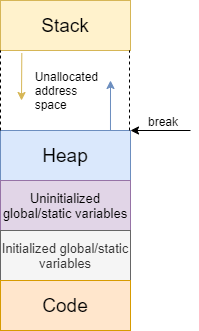
Before: images/address-space.png, a diagram exported from draw.io (nbellari/nbellari.github.io). Source tidied: cells renumbered, new cells last; positions are measured from the earlier drawing's top-left corner, leaving out a move shared by most shapes.
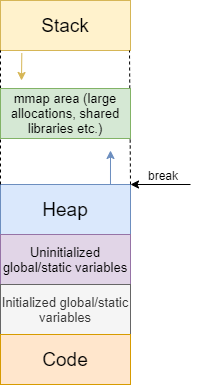
After the change.

Change to the diagram source:
```diff
@@ -3,7 +3,7 @@
     <mxCell id="0" />
     <mxCell id="1" parent="0" />
     <mxCell id="2" value="&lt;font style=&quot;font-size: 19px&quot;&gt;Stack&lt;/font&gt;" style="rounded=0;whiteSpace=wrap;html=1;fillColor=#fff2cc;strokeColor=#d6b656;" parent="1" vertex="1">
-      <mxGeometry width="130" height="50" as="geometry" />
+      <mxGeometry y="-54" width="130" height="50" as="geometry" />
     </mxCell>
     <mxCell id="3" value="&lt;font style=&quot;font-size: 19px&quot;&gt;Heap&lt;/font&gt;" style="rounded=0;whiteSpace=wrap;html=1;fillColor=#dae8fc;strokeColor=#6c8ebf;" parent="1" vertex="1">
       <mxGeometry y="130" width="130" height="50" as="geometry" />
@@ -20,15 +20,11 @@
     <mxCell id="7" style="endArrow=none;dashed=1;html=1;entryX=0;entryY=1;entryDx=0;entryDy=0;exitX=0;exitY=0;exitDx=0;exitDy=0;" parent="1" edge="1" source="3" target="2">
       <mxGeometry relative="1" as="geometry" />
     </mxCell>
-    <mxCell id="8" style="endArrow=none;dashed=1;html=1;entryX=0;entryY=1;entryDx=0;entryDy=0;exitX=0;exitY=0;exitDx=0;exitDy=0;" parent="1" edge="1">
+    <mxCell id="8" style="endArrow=none;dashed=1;html=1;entryX=0;entryY=1;entryDx=0;entryDy=0;exitX=1;exitY=0;exitDx=0;exitDy=0;" parent="1" edge="1" source="3">
       <mxGeometry relative="1" as="geometry">
-        <mxPoint x="129" y="130" as="sourcePoint" />
-        <mxPoint x="129" y="50" as="targetPoint" />
+        <mxPoint x="129" y="-4" as="targetPoint" />
       </mxGeometry>
     </mxCell>
-    <mxCell id="9" value="&lt;div style=&quot;text-align: justify&quot;&gt;&lt;span&gt;Unallocated address space&lt;/span&gt;&lt;/div&gt;" style="text;html=1;strokeColor=none;fillColor=none;align=right;verticalAlign=middle;whiteSpace=wrap;rounded=0;" parent="1" vertex="1">
-      <mxGeometry x="60" y="80" width="40" height="20" as="geometry" />
-    </mxCell>
     <mxCell id="10" style="endArrow=classic;html=1;entryX=1;entryY=0;entryDx=0;entryDy=0;" parent="1" edge="1" target="3">
       <mxGeometry relative="1" as="geometry">
         <mxPoint x="190" y="130" as="sourcePoint" />
@@ -39,13 +35,16 @@
     </mxCell>
     <mxCell id="12" style="endArrow=classic;html=1;exitX=0.164;exitY=1.053;exitDx=0;exitDy=0;exitPerimeter=0;strokeColor=#d6b656;fillColor=#fff2cc;" parent="1" edge="1" source="2">
       <mxGeometry relative="1" as="geometry">
-        <mxPoint x="21" y="100" as="targetPoint" />
+        <mxPoint x="21" y="26" as="targetPoint" />
       </mxGeometry>
     </mxCell>
     <mxCell id="13" style="endArrow=classic;html=1;strokeColor=#6c8ebf;exitX=0.846;exitY=0;exitDx=0;exitDy=0;exitPerimeter=0;fillColor=#dae8fc;" parent="1" edge="1" source="3">
       <mxGeometry relative="1" as="geometry">
-        <mxPoint x="110" y="80" as="targetPoint" />
+        <mxPoint x="110" y="96" as="targetPoint" />
       </mxGeometry>
     </mxCell>
+    <mxCell id="14" value="&lt;font style=&quot;font-size: 13px&quot;&gt;mmap area (large allocations, shared libraries etc.)&lt;/font&gt;" style="rounded=0;whiteSpace=wrap;html=1;fillColor=#d5e8d4;strokeColor=#82b366;" parent="1" vertex="1">
+      <mxGeometry y="34" width="130" height="50" as="geometry" />
+    </mxCell>
   </root>
 </mxGraphModel>
```
